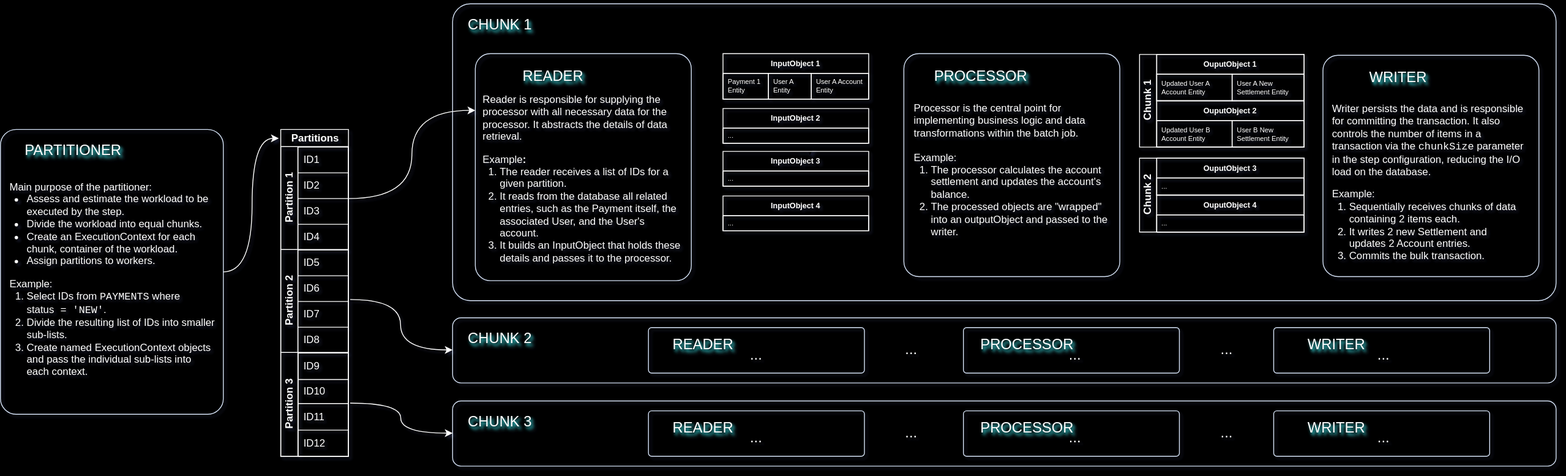
The draw.io diagram public/images/spring-batch-data-flow.drawio.svg in gsaukov/spring-batch-demo, before a commit. Source tidied: cells renumbered, new cells last; positions are measured from the earlier drawing's top-left corner, leaving out a move shared by most shapes.
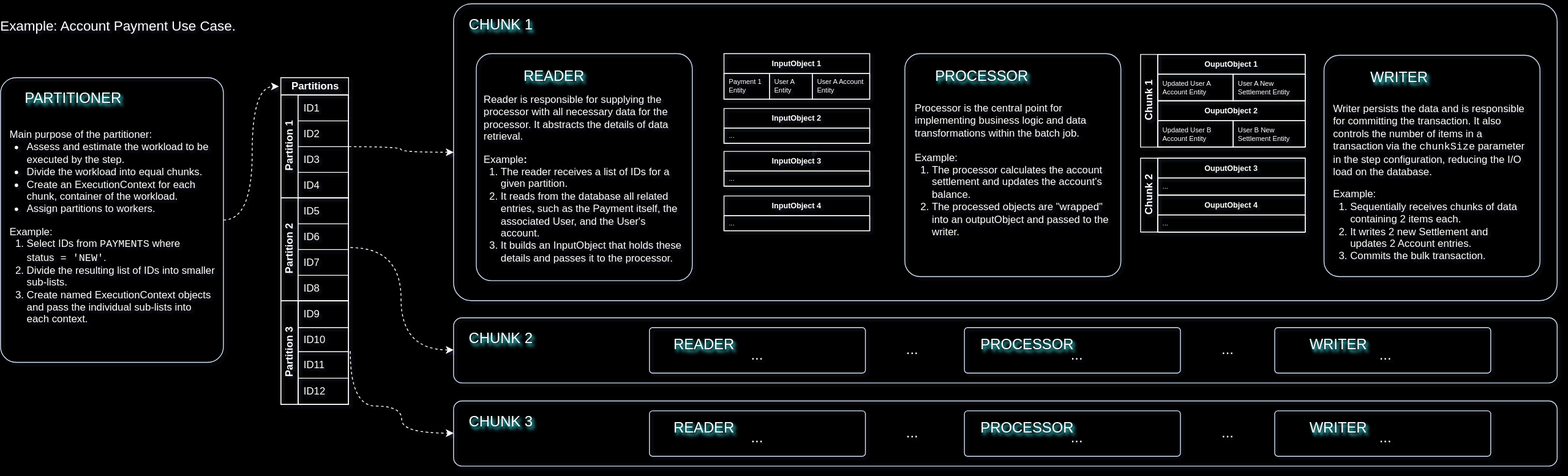
After the change.

Diff of the diagram source:
```diff
@@ -11,17 +11,17 @@
     <mxCell id="4" style="rounded=1;whiteSpace=wrap;html=1;shadow=0;arcSize=7;fillColor=none;glass=0;perimeterSpacing=0;labelBorderColor=none;shadowOffsetX=2;shadowOpacity=80;shadowColor=#33FFFF;strokeColor=#D4E1F5;strokeWidth=1;shadowBlur=1;shadowOffsetY=2;" parent="1" vertex="1">
       <mxGeometry x="1054" y="58" width="252" height="260" as="geometry" />
     </mxCell>
-    <mxCell id="5" style="edgeStyle=orthogonalEdgeStyle;rounded=0;jettySize=auto;html=1;entryX=-0.03;entryY=0.027;entryDx=0;entryDy=0;entryPerimeter=0;strokeColor=#FFFFFF;curved=1;" parent="1" edge="1" source="6" target="15">
+    <mxCell id="5" style="edgeStyle=orthogonalEdgeStyle;rounded=0;jettySize=auto;html=1;entryX=-0.03;entryY=0.027;entryDx=0;entryDy=0;entryPerimeter=0;strokeColor=#FFFFFF;curved=1;dashed=1;" parent="1" edge="1" source="6" target="15">
       <mxGeometry relative="1" as="geometry" />
     </mxCell>
     <mxCell id="6" style="rounded=1;whiteSpace=wrap;html=1;shadow=0;arcSize=7;fillColor=none;glass=0;perimeterSpacing=0;labelBorderColor=none;shadowOffsetX=2;shadowOpacity=80;shadowColor=#33FFFF;strokeColor=#D4E1F5;strokeWidth=1;shadowBlur=1;shadowOffsetY=2;" parent="1" vertex="1">
-      <mxGeometry y="146.5" width="260" height="332" as="geometry" />
+      <mxGeometry x="-1" y="86" width="260" height="332" as="geometry" />
     </mxCell>
     <mxCell id="7" value="PARTITIONER" style="text;html=1;strokeColor=none;fillColor=none;align=center;verticalAlign=middle;whiteSpace=wrap;rounded=0;shadow=1;sketch=0;shadowColor=#33FFFF;textShadow=1;fontColor=#FFFFFF;shadowOpacity=80;fontSize=17;" parent="1" vertex="1">
-      <mxGeometry x="30" y="146.5" width="110" height="50" as="geometry" />
+      <mxGeometry x="29" y="86" width="110" height="50" as="geometry" />
     </mxCell>
     <mxCell id="8" value="&lt;p style=&quot;margin-bottom: 0px; margin-top: 12px;&quot;&gt;Main purpose of the partitioner:&lt;/p&gt;&lt;ul style=&quot;padding-left: 20px; margin-top: 0px;&quot;&gt;&lt;li&gt;&lt;span style=&quot;background-color: initial;&quot;&gt;Assess and estimate the workload to be executed by the step.&lt;/span&gt;&lt;/li&gt;&lt;li&gt;&lt;span style=&quot;background-color: initial;&quot;&gt;Divide the workload into equal chunks.&lt;/span&gt;&lt;/li&gt;&lt;li&gt;&lt;span style=&quot;background-color: initial;&quot;&gt;Create an ExecutionContext&lt;/span&gt;&lt;span style=&quot;background-color: initial;&quot;&gt;&amp;nbsp;for each chunk, container of the workload.&lt;/span&gt;&lt;/li&gt;&lt;li&gt;&lt;span style=&quot;background-color: initial;&quot;&gt;Assign partitions to workers.&lt;/span&gt;&lt;/li&gt;&lt;/ul&gt;&lt;p style=&quot;margin-top: 0px; margin-bottom: 0px;&quot;&gt;Example:&lt;/p&gt;&lt;ol style=&quot;padding-left: 20px; margin-top: 0px;&quot;&gt;&lt;li&gt;Select IDs from &lt;code&gt;PAYMENTS&lt;/code&gt; where status&lt;code&gt;&amp;nbsp;= 'NEW'&lt;/code&gt;.&lt;/li&gt;&lt;li&gt;Divide the resulting list of IDs into smaller sub-lists.&lt;/li&gt;&lt;li&gt;Create named ExecutionContext&amp;nbsp;objects and pass the individual sub-lists into each context.&lt;/li&gt;&lt;/ol&gt;" style="text;html=1;whiteSpace=wrap;overflow=hidden;rounded=0;fontColor=#FFFFFF;spacing=0;" parent="1" vertex="1">
-      <mxGeometry x="10.5" y="189.5" width="239" height="298" as="geometry" />
+      <mxGeometry x="9.5" y="129" width="239" height="298" as="geometry" />
     </mxCell>
     <mxCell id="9" value="PROCESSOR" style="text;html=1;strokeColor=none;fillColor=none;align=center;verticalAlign=middle;whiteSpace=wrap;rounded=0;shadow=1;sketch=0;shadowColor=#33FFFF;textShadow=1;fontColor=#FFFFFF;shadowOpacity=80;fontSize=17;" parent="1" vertex="1">
       <mxGeometry x="1088.5" y="60" width="110" height="50" as="geometry" />
@@ -39,10 +39,10 @@
       <mxGeometry x="527.5" width="110" height="50" as="geometry" />
     </mxCell>
     <mxCell id="14" style="group;" parent="1" vertex="1">
-      <mxGeometry x="325" y="122" width="120" height="381" as="geometry" />
+      <mxGeometry x="325" y="73" width="120" height="381" as="geometry" />
     </mxCell>
     <mxCell id="15" value="Partitions" style="swimlane;horizontal=1;startSize=20;html=1;fillColor=none;strokeColor=#FFFFFF;glass=0;fontColor=#FFFFFF;rounded=0;" parent="14" vertex="1">
-      <mxGeometry x="2" y="24.5" width="79" height="381" as="geometry" />
+      <mxGeometry x="1" y="13" width="79" height="381" as="geometry" />
     </mxCell>
     <mxCell id="16" value="Partition 1" style="swimlane;startSize=20;horizontal=0;html=1;strokeColor=#FFFFFF;glass=0;fontColor=#FFFFFF;fillColor=none;rounded=0;" parent="15" vertex="1">
       <mxGeometry y="20" width="79" height="120" as="geometry" />
@@ -81,7 +81,7 @@
       <mxGeometry width="59" height="31" as="geometry" />
     </mxCell>
     <mxCell id="28" style="shape=table;startSize=0;fontSize=11;fillColor=none;strokeColor=#FFFFFF;fontColor=#FFFFFF;" parent="1" vertex="1">
-      <mxGeometry x="347" y="167" width="59" height="240" as="geometry" />
+      <mxGeometry x="346" y="106.5" width="59" height="240" as="geometry" />
     </mxCell>
     <mxCell id="29" style="shape=tableRow;horizontal=0;startSize=0;swimlaneHead=0;swimlaneBody=0;strokeColor=inherit;top=0;left=0;bottom=0;right=0;fillColor=none;fontSize=16;" parent="28" vertex="1">
       <mxGeometry width="59" height="30" as="geometry" />
@@ -218,7 +218,7 @@
     <mxCell id="72" value="..." style="text;strokeColor=#FFFFFF;fillColor=none;align=left;verticalAlign=middle;spacingLeft=4;spacingRight=4;overflow=hidden;whiteSpace=wrap;html=1;fontColor=#FFFFFF;fontSize=8;" parent="71" vertex="1">
       <mxGeometry y="23" width="172" height="20" as="geometry" />
     </mxCell>
-    <mxCell id="73" style="edgeStyle=orthogonalEdgeStyle;rounded=0;jettySize=auto;html=1;entryX=0;entryY=0.25;entryDx=0;entryDy=0;strokeColor=#FFFFFF;curved=1;exitX=1;exitY=0.25;exitDx=0;exitDy=0;" parent="1" edge="1" source="28" target="51">
+    <mxCell id="73" style="edgeStyle=orthogonalEdgeStyle;rounded=0;jettySize=auto;html=1;entryX=0;entryY=0.5;entryDx=0;entryDy=0;strokeColor=#FFFFFF;curved=1;exitX=1;exitY=0.25;exitDx=0;exitDy=0;dashed=1;" parent="1" edge="1" source="28" target="2">
       <mxGeometry relative="1" as="geometry" />
     </mxCell>
     <mxCell id="74" style="rounded=1;whiteSpace=wrap;html=1;shadow=0;arcSize=13;fillColor=none;glass=0;perimeterSpacing=0;labelBorderColor=none;shadowOffsetX=2;shadowOpacity=80;shadowColor=#33FFFF;strokeColor=#D4E1F5;strokeWidth=1;shadowBlur=1;" parent="1" vertex="1">
@@ -305,16 +305,19 @@
     <mxCell id="101" value="..." style="text;html=1;strokeColor=none;fillColor=none;align=center;verticalAlign=middle;whiteSpace=wrap;rounded=0;shadow=0;sketch=0;shadowColor=#33FFFF;textShadow=0;fontColor=#FFFFFF;shadowOpacity=80;fontSize=17;" parent="90" vertex="1">
       <mxGeometry x="619.5" y="6.4" width="110" height="40.3" as="geometry" />
     </mxCell>
-    <mxCell id="102" style="edgeStyle=orthogonalEdgeStyle;rounded=0;jettySize=auto;html=1;entryX=0;entryY=0.75;entryDx=0;entryDy=0;strokeColor=#FFFFFF;curved=1;exitX=1.034;exitY=0.923;exitDx=0;exitDy=0;exitPerimeter=0;" parent="1" edge="1" source="39" target="75">
+    <mxCell id="102" style="edgeStyle=orthogonalEdgeStyle;rounded=0;jettySize=auto;html=1;entryX=0;entryY=0.75;entryDx=0;entryDy=0;strokeColor=#FFFFFF;curved=1;exitX=1.034;exitY=0.923;exitDx=0;exitDy=0;exitPerimeter=0;dashed=1;" parent="1" edge="1" source="39" target="75">
       <mxGeometry relative="1" as="geometry" />
     </mxCell>
-    <mxCell id="103" style="edgeStyle=orthogonalEdgeStyle;rounded=0;jettySize=auto;html=1;entryX=0;entryY=0.75;entryDx=0;entryDy=0;strokeColor=#FFFFFF;curved=1;exitX=1.034;exitY=-0.017;exitDx=0;exitDy=0;exitPerimeter=0;" parent="1" edge="1" source="24" target="77">
+    <mxCell id="103" style="edgeStyle=orthogonalEdgeStyle;rounded=0;jettySize=auto;html=1;entryX=0;entryY=0.75;entryDx=0;entryDy=0;strokeColor=#FFFFFF;curved=1;exitX=1.034;exitY=-0.017;exitDx=0;exitDy=0;exitPerimeter=0;dashed=1;" parent="1" edge="1" source="24" target="77">
       <mxGeometry relative="1" as="geometry">
         <Array as="points">
-          <mxPoint x="467" y="466" />
+          <mxPoint x="467" y="469" />
           <mxPoint x="467" y="501" />
         </Array>
       </mxGeometry>
     </mxCell>
+    <mxCell id="104" value="&lt;p style=&quot;margin-bottom: 0px; margin-top: 12px; font-size: 16px;&quot;&gt;Example: Account Payment Use Case.&lt;br style=&quot;font-size: 16px;&quot;&gt;&lt;/p&gt;" style="text;html=1;whiteSpace=wrap;overflow=hidden;rounded=0;fontColor=#FFFFFF;spacing=0;fontSize=16;" parent="1" vertex="1">
+      <mxGeometry x="-1" width="403" height="77" as="geometry" />
+    </mxCell>
   </root>
 </mxGraphModel>
```
